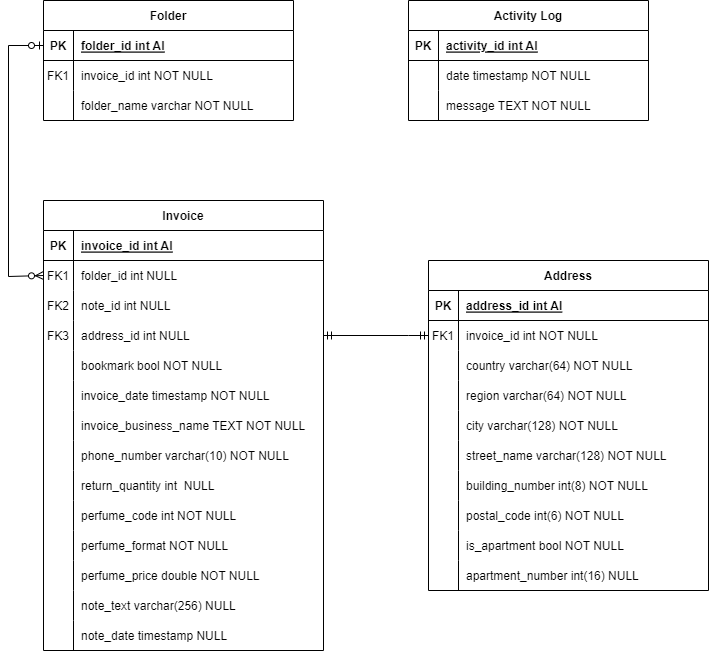
Above: documents/Entity_Relationship_Diagram.drawio.png in HSterben/Spectra-Perfumes-Project (draw.io), before the change. Source tidied: cells renumbered, new cells last; positions are measured from the earlier drawing's top-left corner, leaving out a move shared by most shapes.
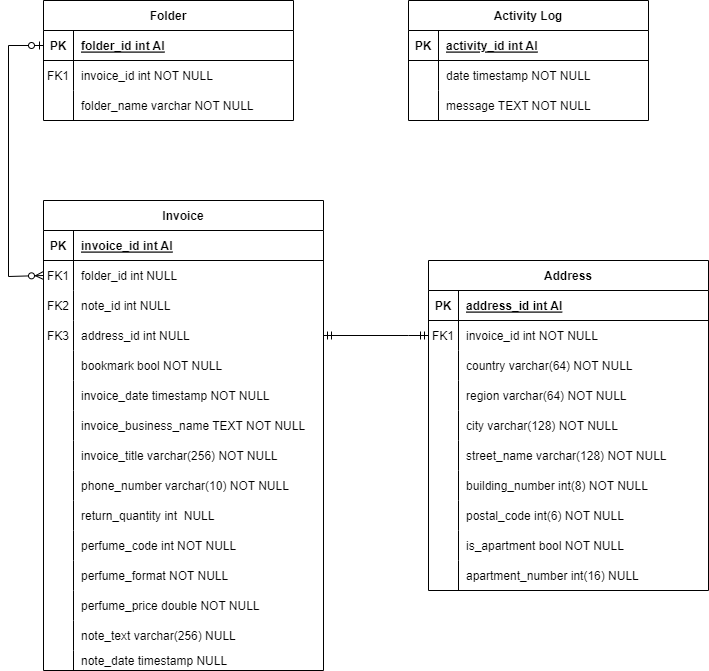
Above is the later version.

The edit, as a diff of the source:
```diff
@@ -33,7 +33,7 @@
       <mxGeometry x="30" width="220" height="30" as="geometry" />
     </mxCell>
     <mxCell id="12" value="Invoice" style="shape=table;startSize=30;rowLines=0;fontStyle=1;align=center;" parent="1" vertex="1">
-      <mxGeometry x="35" y="200" width="280" height="450" as="geometry" />
+      <mxGeometry x="35" y="200" width="280" height="470" as="geometry" />
     </mxCell>
     <mxCell id="13" style="shape=partialRectangle;fillColor=none;top=0;left=0;right=0;bottom=1;" parent="12" vertex="1">
       <mxGeometry y="30" width="280" height="30" as="geometry" />
@@ -98,8 +98,17 @@
     <mxCell id="33" value="invoice_business_name TEXT NOT NULL" style="shape=partialRectangle;overflow=hidden;fillColor=none;top=0;left=0;bottom=0;right=0;align=left;spacingLeft=6;" parent="31" vertex="1">
       <mxGeometry x="30" width="250" height="30" as="geometry" />
     </mxCell>
+    <mxCell id="98" style="shape=partialRectangle;fillColor=none;top=0;left=0;right=0;bottom=0;" parent="12" vertex="1">
+      <mxGeometry y="240" width="280" height="30" as="geometry" />
+    </mxCell>
+    <mxCell id="99" style="shape=partialRectangle;overflow=hidden;fillColor=none;top=0;left=0;bottom=0;right=0;" parent="98" vertex="1">
+      <mxGeometry width="30" height="30" as="geometry" />
+    </mxCell>
+    <mxCell id="100" value="invoice_title varchar(256) NOT NULL" style="shape=partialRectangle;overflow=hidden;fillColor=none;top=0;left=0;bottom=0;right=0;align=left;spacingLeft=6;" parent="98" vertex="1">
+      <mxGeometry x="30" width="250" height="30" as="geometry" />
+    </mxCell>
     <mxCell id="34" style="shape=partialRectangle;fillColor=none;top=0;left=0;right=0;bottom=0;" parent="12" vertex="1">
-      <mxGeometry y="240" width="280" height="30" as="geometry" />
+      <mxGeometry y="270" width="280" height="30" as="geometry" />
     </mxCell>
     <mxCell id="35" style="shape=partialRectangle;overflow=hidden;fillColor=none;top=0;left=0;bottom=0;right=0;" parent="34" vertex="1">
       <mxGeometry width="30" height="30" as="geometry" />
@@ -108,7 +117,7 @@
       <mxGeometry x="30" width="250" height="30" as="geometry" />
     </mxCell>
     <mxCell id="37" style="shape=partialRectangle;fillColor=none;top=0;left=0;right=0;bottom=0;" parent="12" vertex="1">
-      <mxGeometry y="270" width="280" height="30" as="geometry" />
+      <mxGeometry y="300" width="280" height="30" as="geometry" />
     </mxCell>
     <mxCell id="38" style="shape=partialRectangle;overflow=hidden;fillColor=none;top=0;left=0;bottom=0;right=0;" parent="37" vertex="1">
       <mxGeometry width="30" height="30" as="geometry" />
@@ -117,7 +126,7 @@
       <mxGeometry x="30" width="250" height="30" as="geometry" />
     </mxCell>
     <mxCell id="40" style="shape=partialRectangle;fillColor=none;top=0;left=0;right=0;bottom=0;" parent="12" vertex="1">
-      <mxGeometry y="300" width="280" height="30" as="geometry" />
+      <mxGeometry y="330" width="280" height="30" as="geometry" />
     </mxCell>
     <mxCell id="41" style="shape=partialRectangle;overflow=hidden;fillColor=none;top=0;left=0;bottom=0;right=0;" parent="40" vertex="1">
       <mxGeometry width="30" height="30" as="geometry" />
@@ -126,7 +135,7 @@
       <mxGeometry x="30" width="250" height="30" as="geometry" />
     </mxCell>
     <mxCell id="43" style="shape=partialRectangle;fillColor=none;top=0;left=0;right=0;bottom=0;" parent="12" vertex="1">
-      <mxGeometry y="330" width="280" height="30" as="geometry" />
+      <mxGeometry y="360" width="280" height="30" as="geometry" />
     </mxCell>
     <mxCell id="44" style="shape=partialRectangle;overflow=hidden;fillColor=none;top=0;left=0;bottom=0;right=0;" parent="43" vertex="1">
       <mxGeometry width="30" height="30" as="geometry" />
@@ -135,7 +144,7 @@
       <mxGeometry x="30" width="250" height="30" as="geometry" />
     </mxCell>
     <mxCell id="46" style="shape=partialRectangle;fillColor=none;top=0;left=0;right=0;bottom=0;" parent="12" vertex="1">
-      <mxGeometry y="360" width="280" height="30" as="geometry" />
+      <mxGeometry y="390" width="280" height="30" as="geometry" />
     </mxCell>
     <mxCell id="47" style="shape=partialRectangle;overflow=hidden;fillColor=none;top=0;left=0;bottom=0;right=0;" parent="46" vertex="1">
       <mxGeometry width="30" height="30" as="geometry" />
@@ -144,7 +153,7 @@
       <mxGeometry x="30" width="250" height="30" as="geometry" />
     </mxCell>
     <mxCell id="49" style="shape=partialRectangle;fillColor=none;top=0;left=0;right=0;bottom=0;" parent="12" vertex="1">
-      <mxGeometry y="390" width="280" height="30" as="geometry" />
+      <mxGeometry y="420" width="280" height="30" as="geometry" />
     </mxCell>
     <mxCell id="50" style="shape=partialRectangle;overflow=hidden;fillColor=none;top=0;left=0;bottom=0;right=0;" parent="49" vertex="1">
       <mxGeometry width="30" height="30" as="geometry" />
@@ -153,13 +162,13 @@
       <mxGeometry x="30" width="250" height="30" as="geometry" />
     </mxCell>
     <mxCell id="52" style="shape=partialRectangle;fillColor=none;top=0;left=0;right=0;bottom=0;" parent="12" vertex="1">
-      <mxGeometry y="420" width="280" height="30" as="geometry" />
+      <mxGeometry y="450" width="280" height="20" as="geometry" />
     </mxCell>
     <mxCell id="53" style="shape=partialRectangle;overflow=hidden;fillColor=none;top=0;left=0;bottom=0;right=0;" parent="52" vertex="1">
-      <mxGeometry width="30" height="30" as="geometry" />
+      <mxGeometry width="30" height="20" as="geometry" />
     </mxCell>
     <mxCell id="54" value="note_date timestamp NULL" style="shape=partialRectangle;overflow=hidden;fillColor=none;top=0;left=0;bottom=0;right=0;align=left;spacingLeft=6;" parent="52" vertex="1">
-      <mxGeometry x="30" width="250" height="30" as="geometry" />
+      <mxGeometry x="30" width="250" height="20" as="geometry" />
     </mxCell>
     <mxCell id="55" value="Activity Log" style="shape=table;startSize=30;rowLines=0;fontStyle=1;align=center;" parent="1" vertex="1">
       <mxGeometry x="400" width="240" height="120" as="geometry" />
```
